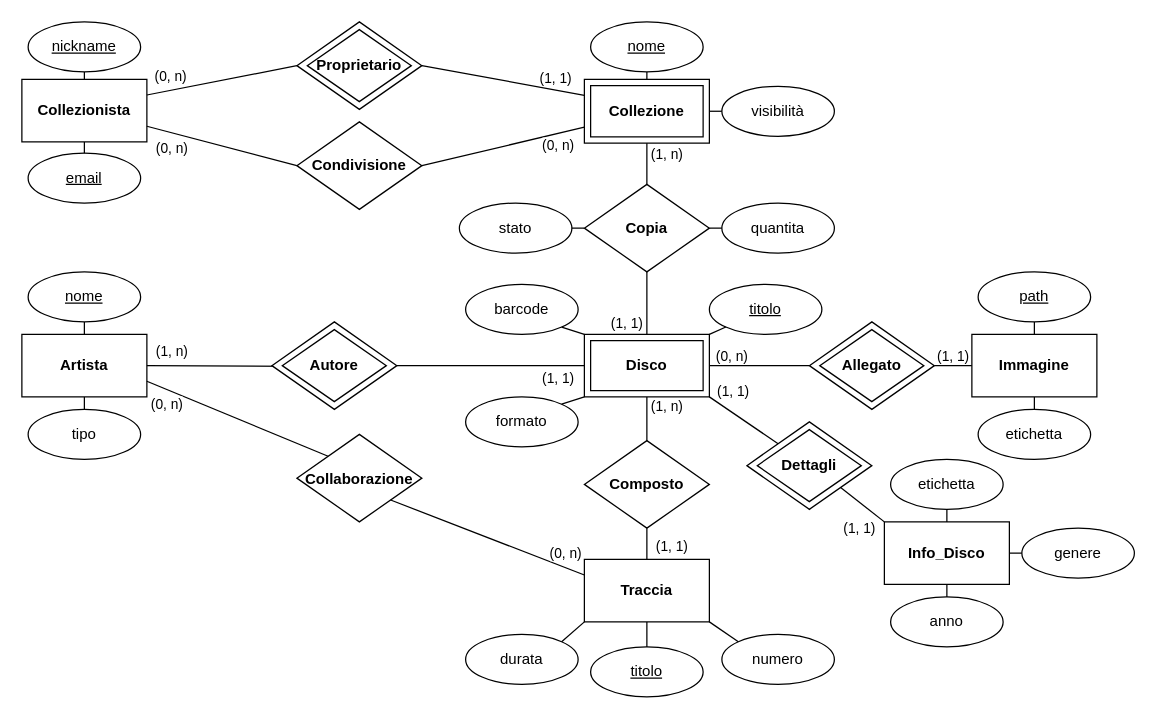
Before: design/Collectors_ER_Ristrutturato.drawio in darthmassari/collectors-mysql-project, a draw.io diagram. Source tidied: cells renumbered, new cells numbered last; positions are measured from the earlier drawing's top-left corner, leaving out a move shared by most shapes. Both pictures are drawn from the tidied source at 125%, with x=0, y=0 at pixel (21, 21).
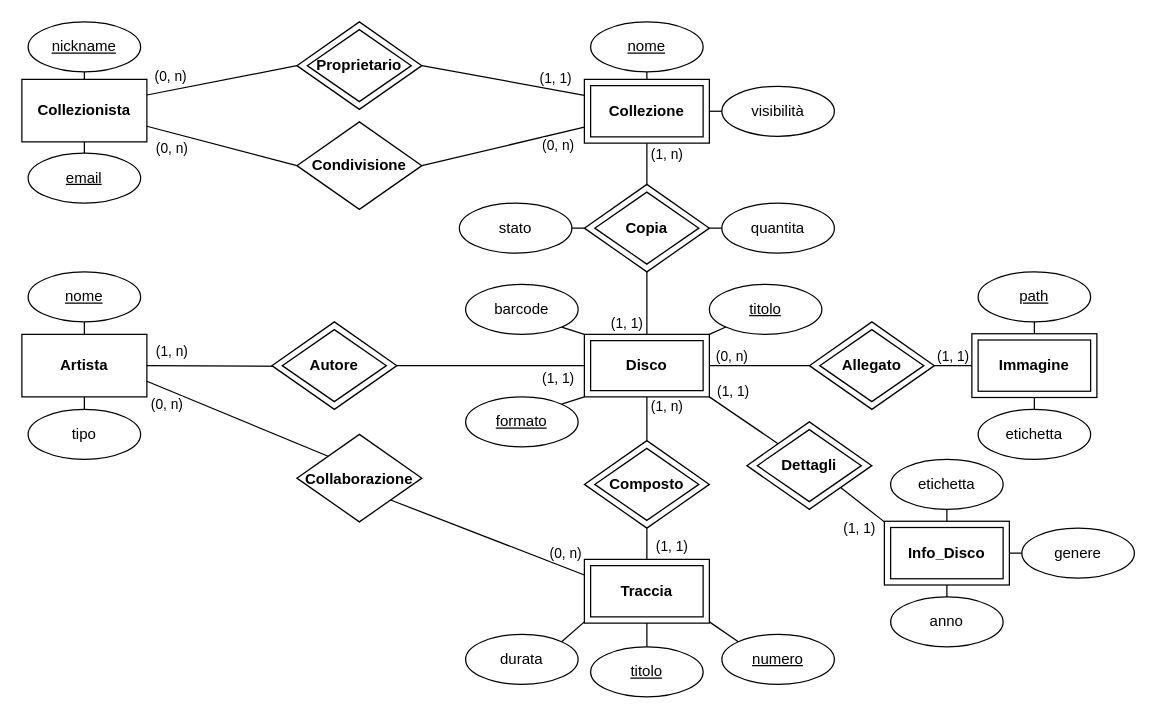
After the change.

The change refers to these unchanged cells:
```xml
<mxCell id="12" value="&lt;b&gt;&lt;font style=&quot;font-size: 12px;&quot;&gt;Collezione&lt;/font&gt;&lt;/b&gt;" style="shape=ext;margin=3;double=1;whiteSpace=wrap;html=1;align=center;" parent="1" vertex="1">
  <mxGeometry x="450" y="46" width="100" height="51" as="geometry" />
</mxCell>
<mxCell id="28" value="&lt;b&gt;&lt;font style=&quot;font-size: 12px;&quot;&gt;Disco&lt;/font&gt;&lt;/b&gt;" style="shape=ext;margin=3;double=1;whiteSpace=wrap;html=1;align=center;" parent="1" vertex="1">
  <mxGeometry x="450" y="250" width="100" height="50" as="geometry" />
</mxCell>
<mxCell id="36" value="stato" style="ellipse;whiteSpace=wrap;html=1;align=center;" parent="1" vertex="1">
  <mxGeometry x="350" y="145" width="90" height="40" as="geometry" />
</mxCell>
<mxCell id="64" value="&lt;u&gt;titolo&lt;/u&gt;" style="ellipse;whiteSpace=wrap;html=1;align=center;" parent="1" vertex="1">
  <mxGeometry x="455" y="500" width="90" height="40" as="geometry" />
</mxCell>
<mxCell id="65" value="durata" style="ellipse;whiteSpace=wrap;html=1;align=center;" parent="1" vertex="1">
  <mxGeometry x="355" y="490" width="90" height="40" as="geometry" />
</mxCell>
<mxCell id="71" style="shape=rhombus;html=1;dashed=0;whiteSpace=wrap;perimeter=rhombusPerimeter;" parent="70" vertex="1">
  <mxGeometry width="100" height="70" as="geometry" />
</mxCell>
<mxCell id="82" style="shape=rhombus;html=1;dashed=0;whiteSpace=wrap;perimeter=rhombusPerimeter;" parent="81" vertex="1">
  <mxGeometry width="100" height="70" as="geometry" />
</mxCell>
<mxCell id="92" value="&lt;u&gt;path&lt;/u&gt;" style="ellipse;whiteSpace=wrap;html=1;align=center;" parent="1" vertex="1">
  <mxGeometry x="765" y="200" width="90" height="40" as="geometry" />
</mxCell>
<mxCell id="93" value="etichetta" style="ellipse;whiteSpace=wrap;html=1;align=center;" parent="1" vertex="1">
  <mxGeometry x="765" y="310" width="90" height="40" as="geometry" />
</mxCell>
<mxCell id="97" style="shape=rhombus;html=1;dashed=0;whiteSpace=wrap;perimeter=rhombusPerimeter;" parent="96" vertex="1">
  <mxGeometry width="100" height="70" as="geometry" />
</mxCell>
<mxCell id="107" value="anno" style="ellipse;whiteSpace=wrap;html=1;align=center;" parent="1" vertex="1">
  <mxGeometry x="695" y="460" width="90" height="40" as="geometry" />
</mxCell>
<mxCell id="108" value="genere" style="ellipse;whiteSpace=wrap;html=1;align=center;" parent="1" vertex="1">
  <mxGeometry x="800" y="405" width="90" height="40" as="geometry" />
</mxCell>
<mxCell id="109" value="etichetta" style="ellipse;whiteSpace=wrap;html=1;align=center;" parent="1" vertex="1">
  <mxGeometry x="695" y="350" width="90" height="40" as="geometry" />
</mxCell>
<mxCell id="113" value="quantita" style="ellipse;whiteSpace=wrap;html=1;align=center;" parent="1" vertex="1">
  <mxGeometry x="560" y="145" width="90" height="40" as="geometry" />
</mxCell>
```

Diff of the diagram source:
```diff
@@
-    <mxCell id="29" style="group;" parent="1" vertex="1">
-      <mxGeometry x="450" y="130" width="100" height="70" as="geometry" />
-    </mxCell>
-    <mxCell id="30" style="shape=rhombus;html=1;dashed=0;whiteSpace=wrap;perimeter=rhombusPerimeter;" parent="29" vertex="1">
-      <mxGeometry width="100" height="70" as="geometry" />
-    </mxCell>
-    <mxCell id="31" value="&lt;font style=&quot;font-size: 12px;&quot;&gt;Copia&lt;/font&gt;" style="text;html=1;strokeColor=none;fillColor=none;align=center;verticalAlign=middle;whiteSpace=wrap;rounded=0;fontStyle=1;fontSize=12;" parent="29" vertex="1">
-      <mxGeometry x="25" y="22.6" width="50" height="24.7" as="geometry" />
-    </mxCell>
-    <mxCell id="32" style="endArrow=none;html=1;rounded=0;entryX=0.5;entryY=0;entryDx=0;entryDy=0;exitX=0.5;exitY=1;exitDx=0;exitDy=0;" parent="1" edge="1" source="12" target="30">
-      <mxGeometry relative="1" as="geometry" />
+    <mxCell id="32" style="endArrow=none;html=1;rounded=0;entryX=0.5;entryY=0;entryDx=0;entryDy=0;exitX=0.5;exitY=1;exitDx=0;exitDy=0;" parent="1" edge="1" source="12">
+      <mxGeometry relative="1" as="geometry">
+        <mxPoint x="500" y="130" as="targetPoint" />
+      </mxGeometry>
     </mxCell>
@@
-    <mxCell id="34" style="endArrow=none;html=1;rounded=0;entryX=0.5;entryY=0;entryDx=0;entryDy=0;exitX=0.5;exitY=1;exitDx=0;exitDy=0;" parent="1" edge="1" source="30" target="28">
-      <mxGeometry relative="1" as="geometry" />
+    <mxCell id="34" style="endArrow=none;html=1;rounded=0;entryX=0.5;entryY=0;entryDx=0;entryDy=0;exitX=0.5;exitY=1;exitDx=0;exitDy=0;" parent="1" edge="1" target="28">
+      <mxGeometry relative="1" as="geometry">
+        <mxPoint x="500" y="200" as="sourcePoint" />
+      </mxGeometry>
     </mxCell>
@@
-    <mxCell id="37" style="endArrow=none;html=1;rounded=0;entryX=0;entryY=0.5;entryDx=0;entryDy=0;exitX=1;exitY=0.5;exitDx=0;exitDy=0;" parent="1" edge="1" source="36" target="30">
-      <mxGeometry relative="1" as="geometry" />
+    <mxCell id="37" style="endArrow=none;html=1;rounded=0;entryX=0;entryY=0.5;entryDx=0;entryDy=0;exitX=1;exitY=0.5;exitDx=0;exitDy=0;" parent="1" edge="1" source="36">
+      <mxGeometry relative="1" as="geometry">
+        <mxPoint x="450" y="165" as="targetPoint" />
+      </mxGeometry>
     </mxCell>
@@
-    <mxCell id="54" style="group;" parent="1" vertex="1">
-      <mxGeometry x="450" y="430" width="100" height="50" as="geometry" />
-    </mxCell>
-    <mxCell id="55" style="html=1;dashed=0;whiteSpace=wrap;" parent="54" vertex="1">
-      <mxGeometry width="100" height="50" as="geometry" />
-    </mxCell>
-    <mxCell id="56" value="&lt;b style=&quot;font-size: 12px;&quot;&gt;&lt;font style=&quot;font-size: 12px;&quot;&gt;Traccia&lt;/font&gt;&lt;/b&gt;" style="text;html=1;strokeColor=none;fillColor=none;align=center;verticalAlign=middle;whiteSpace=wrap;rounded=0;fontSize=12;" parent="54" vertex="1">
-      <mxGeometry x="20" y="10" width="60" height="30" as="geometry" />
-    </mxCell>
-    <mxCell id="57" style="group;" parent="1" vertex="1">
-      <mxGeometry x="450" y="335" width="100" height="70" as="geometry" />
-    </mxCell>
-    <mxCell id="58" style="shape=rhombus;html=1;dashed=0;whiteSpace=wrap;perimeter=rhombusPerimeter;" parent="57" vertex="1">
-      <mxGeometry width="100" height="70" as="geometry" />
-    </mxCell>
-    <mxCell id="59" value="&lt;font style=&quot;font-size: 12px;&quot;&gt;Composto&lt;/font&gt;" style="text;html=1;strokeColor=none;fillColor=none;align=center;verticalAlign=middle;whiteSpace=wrap;rounded=0;fontStyle=1;fontSize=12;" parent="57" vertex="1">
-      <mxGeometry x="25" y="22.6" width="50" height="24.7" as="geometry" />
-    </mxCell>
-    <mxCell id="60" style="endArrow=none;html=1;rounded=0;entryX=0.5;entryY=1;entryDx=0;entryDy=0;exitX=0.5;exitY=0;exitDx=0;exitDy=0;" parent="1" edge="1" source="58" target="28">
-      <mxGeometry relative="1" as="geometry" />
+    <mxCell id="60" style="endArrow=none;html=1;rounded=0;entryX=0.5;entryY=1;entryDx=0;entryDy=0;exitX=0.5;exitY=0;exitDx=0;exitDy=0;" parent="1" edge="1" target="28">
+      <mxGeometry relative="1" as="geometry">
+        <mxPoint x="500" y="335" as="sourcePoint" />
+      </mxGeometry>
     </mxCell>
@@
-    <mxCell id="62" value="(1, 1)" style="endArrow=none;html=1;rounded=0;entryX=0.5;entryY=0;entryDx=0;entryDy=0;exitX=0.5;exitY=1;exitDx=0;exitDy=0;" parent="1" edge="1" source="58" target="55">
-      <mxGeometry x="0.2" y="20" relative="1" as="geometry" />
+    <mxCell id="62" value="(1, 1)" style="endArrow=none;html=1;rounded=0;entryX=0.5;entryY=0;entryDx=0;entryDy=0;exitX=0.5;exitY=1;exitDx=0;exitDy=0;" parent="1" edge="1">
+      <mxGeometry x="0.2" y="20" relative="1" as="geometry">
+        <mxPoint x="500" y="405" as="sourcePoint" />
+        <mxPoint x="500" y="430" as="targetPoint" />
+      </mxGeometry>
     </mxCell>
-    <mxCell id="63" value="numero" style="ellipse;whiteSpace=wrap;html=1;align=center;" parent="1" vertex="1">
+    <mxCell id="63" value="&lt;u&gt;numero&lt;/u&gt;" style="ellipse;whiteSpace=wrap;html=1;align=center;" parent="1" vertex="1">
       <mxGeometry x="560" y="490" width="90" height="40" as="geometry" />
     </mxCell>
@@
-    <mxCell id="66" style="endArrow=none;html=1;rounded=0;exitX=0.5;exitY=0;exitDx=0;exitDy=0;entryX=0.5;entryY=1;entryDx=0;entryDy=0;" parent="1" edge="1" source="64" target="55">
-      <mxGeometry relative="1" as="geometry" />
+    <mxCell id="66" style="endArrow=none;html=1;rounded=0;exitX=0.5;exitY=0;exitDx=0;exitDy=0;entryX=0.5;entryY=1;entryDx=0;entryDy=0;" parent="1" edge="1" source="64">
+      <mxGeometry relative="1" as="geometry">
+        <mxPoint x="500" y="480" as="targetPoint" />
+      </mxGeometry>
     </mxCell>
-    <mxCell id="67" style="endArrow=none;html=1;rounded=0;entryX=1;entryY=0;entryDx=0;entryDy=0;exitX=0;exitY=1;exitDx=0;exitDy=0;" parent="1" edge="1" source="55" target="65">
-      <mxGeometry relative="1" as="geometry" />
+    <mxCell id="67" style="endArrow=none;html=1;rounded=0;entryX=1;entryY=0;entryDx=0;entryDy=0;exitX=0;exitY=1;exitDx=0;exitDy=0;" parent="1" edge="1" target="65">
+      <mxGeometry relative="1" as="geometry">
+        <mxPoint x="450" y="480" as="sourcePoint" />
+      </mxGeometry>
     </mxCell>
-    <mxCell id="68" style="endArrow=none;html=1;rounded=0;entryX=0;entryY=0;entryDx=0;entryDy=0;exitX=1;exitY=1;exitDx=0;exitDy=0;" parent="1" edge="1" source="55" target="63">
-      <mxGeometry relative="1" as="geometry" />
+    <mxCell id="68" style="endArrow=none;html=1;rounded=0;entryX=0;entryY=0;entryDx=0;entryDy=0;exitX=1;exitY=1;exitDx=0;exitDy=0;" parent="1" edge="1" target="63">
+      <mxGeometry relative="1" as="geometry">
+        <mxPoint x="550" y="480" as="sourcePoint" />
+      </mxGeometry>
     </mxCell>
@@
-    <mxCell id="73" style="endArrow=none;html=1;rounded=0;entryX=1;entryY=1;entryDx=0;entryDy=0;exitX=0;exitY=0.25;exitDx=0;exitDy=0;" parent="1" edge="1" source="55" target="71">
-      <mxGeometry relative="1" as="geometry" />
+    <mxCell id="73" style="endArrow=none;html=1;rounded=0;entryX=1;entryY=1;entryDx=0;entryDy=0;exitX=0;exitY=0.25;exitDx=0;exitDy=0;" parent="1" edge="1" target="71">
+      <mxGeometry relative="1" as="geometry">
+        <mxPoint x="450" y="442.5" as="sourcePoint" />
+      </mxGeometry>
     </mxCell>
@@
-    <mxCell id="79" value="formato" style="ellipse;whiteSpace=wrap;html=1;align=center;" parent="1" vertex="1">
+    <mxCell id="79" value="&lt;u&gt;formato&lt;/u&gt;" style="ellipse;whiteSpace=wrap;html=1;align=center;" parent="1" vertex="1">
       <mxGeometry x="355" y="300" width="90" height="40" as="geometry" />
     </mxCell>
@@
-    <mxCell id="87" style="group;" parent="1" vertex="1">
-      <mxGeometry x="760" y="250" width="100" height="50" as="geometry" />
-    </mxCell>
-    <mxCell id="88" style="html=1;dashed=0;whiteSpace=wrap;" parent="87" vertex="1">
-      <mxGeometry width="100" height="50" as="geometry" />
-    </mxCell>
-    <mxCell id="89" value="&lt;b style=&quot;font-size: 12px;&quot;&gt;&lt;font style=&quot;font-size: 12px;&quot;&gt;Immagine&lt;/font&gt;&lt;/b&gt;" style="text;html=1;strokeColor=none;fillColor=none;align=center;verticalAlign=middle;whiteSpace=wrap;rounded=0;fontSize=12;" parent="87" vertex="1">
-      <mxGeometry x="20" y="10" width="60" height="30" as="geometry" />
-    </mxCell>
-    <mxCell id="90" style="endArrow=none;html=1;rounded=0;entryX=0;entryY=0.5;entryDx=0;entryDy=0;exitX=1;exitY=0.5;exitDx=0;exitDy=0;" parent="1" edge="1" source="82" target="88">
-      <mxGeometry relative="1" as="geometry" />
+    <mxCell id="90" style="endArrow=none;html=1;rounded=0;entryX=0;entryY=0.5;entryDx=0;entryDy=0;exitX=1;exitY=0.5;exitDx=0;exitDy=0;" parent="1" edge="1" source="82">
+      <mxGeometry relative="1" as="geometry">
+        <mxPoint x="760" y="275" as="targetPoint" />
+      </mxGeometry>
     </mxCell>
@@
-    <mxCell id="94" style="endArrow=none;html=1;rounded=0;entryX=0.5;entryY=1;entryDx=0;entryDy=0;exitX=0.5;exitY=0;exitDx=0;exitDy=0;" parent="1" edge="1" source="93" target="88">
-      <mxGeometry relative="1" as="geometry" />
+    <mxCell id="94" style="endArrow=none;html=1;rounded=0;entryX=0.5;entryY=1;entryDx=0;entryDy=0;exitX=0.5;exitY=0;exitDx=0;exitDy=0;" parent="1" edge="1" source="93">
+      <mxGeometry relative="1" as="geometry">
+        <mxPoint x="810" y="300" as="targetPoint" />
+      </mxGeometry>
     </mxCell>
-    <mxCell id="95" style="endArrow=none;html=1;rounded=0;entryX=0.5;entryY=1;entryDx=0;entryDy=0;exitX=0.5;exitY=0;exitDx=0;exitDy=0;" parent="1" edge="1" source="88" target="92">
-      <mxGeometry relative="1" as="geometry" />
+    <mxCell id="95" style="endArrow=none;html=1;rounded=0;entryX=0.5;entryY=1;entryDx=0;entryDy=0;exitX=0.5;exitY=0;exitDx=0;exitDy=0;" parent="1" edge="1" target="92">
+      <mxGeometry relative="1" as="geometry">
+        <mxPoint x="810" y="250" as="sourcePoint" />
+      </mxGeometry>
     </mxCell>
@@
-    <mxCell id="102" style="endArrow=none;html=1;rounded=0;exitX=0;exitY=0;exitDx=0;exitDy=0;entryX=1;entryY=1;entryDx=0;entryDy=0;" parent="1" edge="1" source="105" target="97">
-      <mxGeometry relative="1" as="geometry" />
+    <mxCell id="102" style="endArrow=none;html=1;rounded=0;exitX=0;exitY=0;exitDx=0;exitDy=0;entryX=1;entryY=1;entryDx=0;entryDy=0;" parent="1" edge="1" target="97">
+      <mxGeometry relative="1" as="geometry">
+        <mxPoint x="690" y="400" as="sourcePoint" />
+      </mxGeometry>
     </mxCell>
@@
-    <mxCell id="104" style="group;" parent="1" vertex="1">
-      <mxGeometry x="690" y="400" width="100" height="50" as="geometry" />
-    </mxCell>
-    <mxCell id="105" style="html=1;dashed=0;whiteSpace=wrap;" parent="104" vertex="1">
-      <mxGeometry width="100" height="50" as="geometry" />
-    </mxCell>
-    <mxCell id="106" value="&lt;b style=&quot;font-size: 12px;&quot;&gt;&lt;font style=&quot;font-size: 12px;&quot;&gt;Info_Disco&lt;/font&gt;&lt;/b&gt;" style="text;html=1;strokeColor=none;fillColor=none;align=center;verticalAlign=middle;whiteSpace=wrap;rounded=0;fontSize=12;" parent="104" vertex="1">
-      <mxGeometry x="20" y="10" width="60" height="30" as="geometry" />
-    </mxCell>
@@
-    <mxCell id="110" style="endArrow=none;html=1;rounded=0;entryX=0;entryY=0.5;entryDx=0;entryDy=0;exitX=1;exitY=0.5;exitDx=0;exitDy=0;" parent="1" edge="1" source="105" target="108">
-      <mxGeometry relative="1" as="geometry" />
+    <mxCell id="110" style="endArrow=none;html=1;rounded=0;entryX=0;entryY=0.5;entryDx=0;entryDy=0;exitX=1;exitY=0.5;exitDx=0;exitDy=0;" parent="1" edge="1" target="108">
+      <mxGeometry relative="1" as="geometry">
+        <mxPoint x="790" y="425" as="sourcePoint" />
+      </mxGeometry>
     </mxCell>
-    <mxCell id="111" style="endArrow=none;html=1;rounded=0;entryX=0.5;entryY=0;entryDx=0;entryDy=0;exitX=0.5;exitY=1;exitDx=0;exitDy=0;" parent="1" edge="1" source="105" target="107">
-      <mxGeometry relative="1" as="geometry" />
+    <mxCell id="111" style="endArrow=none;html=1;rounded=0;entryX=0.5;entryY=0;entryDx=0;entryDy=0;exitX=0.5;exitY=1;exitDx=0;exitDy=0;" parent="1" edge="1" target="107">
+      <mxGeometry relative="1" as="geometry">
+        <mxPoint x="740" y="450" as="sourcePoint" />
+      </mxGeometry>
     </mxCell>
-    <mxCell id="112" style="endArrow=none;html=1;rounded=0;entryX=0.5;entryY=1;entryDx=0;entryDy=0;exitX=0.5;exitY=0;exitDx=0;exitDy=0;" parent="1" edge="1" source="105" target="109">
-      <mxGeometry relative="1" as="geometry" />
+    <mxCell id="112" style="endArrow=none;html=1;rounded=0;entryX=0.5;entryY=1;entryDx=0;entryDy=0;exitX=0.5;exitY=0;exitDx=0;exitDy=0;" parent="1" edge="1" target="109">
+      <mxGeometry relative="1" as="geometry">
+        <mxPoint x="740" y="400" as="sourcePoint" />
+      </mxGeometry>
     </mxCell>
@@
-    <mxCell id="114" style="endArrow=none;html=1;rounded=0;entryX=1;entryY=0.5;entryDx=0;entryDy=0;exitX=0;exitY=0.5;exitDx=0;exitDy=0;" parent="1" edge="1" source="113" target="30">
-      <mxGeometry relative="1" as="geometry" />
+    <mxCell id="114" style="endArrow=none;html=1;rounded=0;entryX=1;entryY=0.5;entryDx=0;entryDy=0;exitX=0;exitY=0.5;exitDx=0;exitDy=0;" parent="1" edge="1" source="113">
+      <mxGeometry relative="1" as="geometry">
+        <mxPoint x="550" y="165" as="targetPoint" />
+      </mxGeometry>
     </mxCell>
+    <mxCell id="29" style="group;" parent="1" vertex="1">
+      <mxGeometry x="450" y="130" width="100" height="70" as="geometry" />
+    </mxCell>
+    <mxCell id="115" style="shape=rhombus;html=1;dashed=0;whiteSpace=wrap;perimeter=rhombusPerimeter;" parent="29" vertex="1">
+      <mxGeometry width="100" height="70" as="geometry" />
+    </mxCell>
+    <mxCell id="116" style="rhombus;whiteSpace=wrap;html=1;" parent="29" vertex="1">
+      <mxGeometry x="8.3" y="6.2" width="83.3" height="57.6" as="geometry" />
+    </mxCell>
+    <mxCell id="31" value="Copia" style="text;html=1;strokeColor=none;fillColor=none;align=center;verticalAlign=middle;whiteSpace=wrap;rounded=0;fontStyle=1;fontSize=12;" parent="29" vertex="1">
+      <mxGeometry x="25" y="22.6" width="50" height="24.7" as="geometry" />
+    </mxCell>
+    <mxCell id="89" value="&lt;b&gt;&lt;font style=&quot;font-size: 12px;&quot;&gt;Immagine&lt;/font&gt;&lt;/b&gt;" style="shape=ext;margin=3;double=1;whiteSpace=wrap;html=1;align=center;" parent="1" vertex="1">
+      <mxGeometry x="760" y="249.5" width="100" height="51" as="geometry" />
+    </mxCell>
+    <mxCell id="106" value="&lt;b&gt;&lt;font style=&quot;font-size: 12px;&quot;&gt;Info_Disco&lt;/font&gt;&lt;/b&gt;" style="shape=ext;margin=3;double=1;whiteSpace=wrap;html=1;align=center;" parent="1" vertex="1">
+      <mxGeometry x="690" y="399.5" width="100" height="51" as="geometry" />
+    </mxCell>
+    <mxCell id="56" value="&lt;b&gt;&lt;font style=&quot;font-size: 12px;&quot;&gt;Traccia&lt;/font&gt;&lt;/b&gt;" style="shape=ext;margin=3;double=1;whiteSpace=wrap;html=1;align=center;" parent="1" vertex="1">
+      <mxGeometry x="450" y="430" width="100" height="51" as="geometry" />
+    </mxCell>
+    <mxCell id="57" style="group;" parent="1" vertex="1">
+      <mxGeometry x="450" y="335" width="100" height="70" as="geometry" />
+    </mxCell>
+    <mxCell id="117" style="shape=rhombus;html=1;dashed=0;whiteSpace=wrap;perimeter=rhombusPerimeter;" parent="57" vertex="1">
+      <mxGeometry width="100" height="70" as="geometry" />
+    </mxCell>
+    <mxCell id="118" style="rhombus;whiteSpace=wrap;html=1;" parent="57" vertex="1">
+      <mxGeometry x="8.3" y="6.2" width="83.3" height="57.6" as="geometry" />
+    </mxCell>
+    <mxCell id="59" value="Composto" style="text;html=1;strokeColor=none;fillColor=none;align=center;verticalAlign=middle;whiteSpace=wrap;rounded=0;fontStyle=1;fontSize=12;" parent="57" vertex="1">
+      <mxGeometry x="25" y="22.6" width="50" height="24.7" as="geometry" />
+    </mxCell>
```
